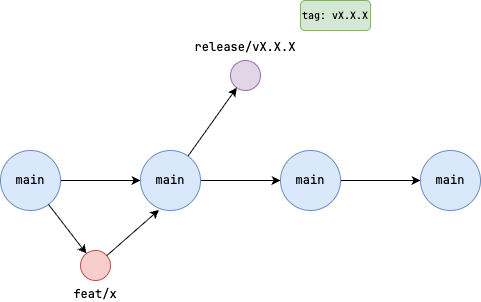
Above: docs/docs/_img/branching.drawio.png in cooperlutz/go-full (draw.io), before the change. Source tidied: cells renumbered, new cells last; positions are measured from the earlier drawing's top-left corner, leaving out a move shared by most shapes. The source it was exported from:
```xml
<mxGraphModel>
  <root>
    <mxCell id="0" />
    <mxCell id="1" parent="0" />
    <mxCell id="2" style="edgeStyle=none;html=1;" parent="1" edge="1" source="3" target="8">
      <mxGeometry relative="1" as="geometry" />
    </mxCell>
    <mxCell id="3" value="main" style="ellipse;whiteSpace=wrap;html=1;fontFamily=Jetbrains Mono;fillColor=#dae8fc;strokeColor=#6c8ebf;" parent="1" vertex="1">
      <mxGeometry y="150" width="60" height="60" as="geometry" />
    </mxCell>
    <mxCell id="4" value="&lt;div&gt;&lt;br&gt;&lt;/div&gt;&lt;div&gt;&lt;br&gt;&lt;/div&gt;&lt;div&gt;&lt;br&gt;&lt;/div&gt;&lt;div&gt;&lt;br&gt;&lt;/div&gt;feat/x" style="ellipse;whiteSpace=wrap;html=1;fontFamily=Jetbrains Mono;fillColor=#f8cecc;strokeColor=#b85450;" parent="1" vertex="1">
      <mxGeometry x="80" y="250" width="30" height="30" as="geometry" />
    </mxCell>
    <mxCell id="5" value="release/vX.X.X&lt;div&gt;&lt;br&gt;&lt;/div&gt;&lt;div&gt;&lt;br&gt;&lt;/div&gt;&lt;div&gt;&lt;br&gt;&lt;/div&gt;&lt;div&gt;&lt;br&gt;&lt;/div&gt;" style="ellipse;whiteSpace=wrap;html=1;fontFamily=Jetbrains Mono;fillColor=#e1d5e7;strokeColor=#9673a6;" parent="1" vertex="1">
      <mxGeometry x="230" y="60" width="30" height="30" as="geometry" />
    </mxCell>
    <mxCell id="6" style="edgeStyle=none;html=1;" parent="1" edge="1" source="8" target="10">
      <mxGeometry relative="1" as="geometry" />
    </mxCell>
    <mxCell id="7" style="edgeStyle=none;html=1;" parent="1" edge="1" source="8" target="5">
      <mxGeometry relative="1" as="geometry" />
    </mxCell>
    <mxCell id="8" value="main" style="ellipse;whiteSpace=wrap;html=1;fontFamily=Jetbrains Mono;fillColor=#dae8fc;strokeColor=#6c8ebf;" parent="1" vertex="1">
      <mxGeometry x="140" y="150" width="60" height="60" as="geometry" />
    </mxCell>
    <mxCell id="9" style="edgeStyle=none;html=1;" parent="1" edge="1" source="10" target="11">
      <mxGeometry relative="1" as="geometry" />
    </mxCell>
    <mxCell id="10" value="main" style="ellipse;whiteSpace=wrap;html=1;fontFamily=Jetbrains Mono;fillColor=#dae8fc;strokeColor=#6c8ebf;" parent="1" vertex="1">
      <mxGeometry x="280" y="150" width="60" height="60" as="geometry" />
    </mxCell>
    <mxCell id="11" value="main" style="ellipse;whiteSpace=wrap;html=1;fontFamily=Jetbrains Mono;fillColor=#dae8fc;strokeColor=#6c8ebf;" parent="1" vertex="1">
      <mxGeometry x="420" y="150" width="60" height="60" as="geometry" />
    </mxCell>
    <mxCell id="12" style="edgeStyle=none;html=1;" parent="1" edge="1" source="3" target="4">
      <mxGeometry relative="1" as="geometry" />
    </mxCell>
    <mxCell id="13" style="edgeStyle=none;html=1;entryX=0.309;entryY=0.989;entryDx=0;entryDy=0;entryPerimeter=0;" parent="1" edge="1" source="4" target="8">
      <mxGeometry relative="1" as="geometry" />
    </mxCell>
    <mxCell id="14" value="&lt;font style=&quot;font-size: 10px;&quot;&gt;tag: vX.X.X&lt;/font&gt;" style="whiteSpace=wrap;html=1;fontFamily=Jetbrains Mono;rounded=1;fillColor=#d5e8d4;strokeColor=#82b366;" parent="1" vertex="1">
      <mxGeometry x="300" width="70" height="30" as="geometry" />
    </mxCell>
  </root>
</mxGraphModel>
```
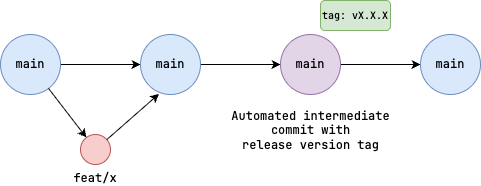
After the commit.

Change to the diagram source:
```diff
@@ -2,7 +2,7 @@
   <root>
     <mxCell id="0" />
     <mxCell id="1" parent="0" />
-    <mxCell id="2" style="edgeStyle=none;html=1;" parent="1" edge="1" source="3" target="8">
+    <mxCell id="2" style="edgeStyle=none;html=1;fontFamily=Jetbrains Mono;" parent="1" edge="1" source="3" target="8">
       <mxGeometry relative="1" as="geometry" />
     </mxCell>
     <mxCell id="3" value="main" style="ellipse;whiteSpace=wrap;html=1;fontFamily=Jetbrains Mono;fillColor=#dae8fc;strokeColor=#6c8ebf;" parent="1" vertex="1">
@@ -11,35 +11,32 @@
     <mxCell id="4" value="&lt;div&gt;&lt;br&gt;&lt;/div&gt;&lt;div&gt;&lt;br&gt;&lt;/div&gt;&lt;div&gt;&lt;br&gt;&lt;/div&gt;&lt;div&gt;&lt;br&gt;&lt;/div&gt;feat/x" style="ellipse;whiteSpace=wrap;html=1;fontFamily=Jetbrains Mono;fillColor=#f8cecc;strokeColor=#b85450;" parent="1" vertex="1">
       <mxGeometry x="80" y="250" width="30" height="30" as="geometry" />
     </mxCell>
-    <mxCell id="5" value="release/vX.X.X&lt;div&gt;&lt;br&gt;&lt;/div&gt;&lt;div&gt;&lt;br&gt;&lt;/div&gt;&lt;div&gt;&lt;br&gt;&lt;/div&gt;&lt;div&gt;&lt;br&gt;&lt;/div&gt;" style="ellipse;whiteSpace=wrap;html=1;fontFamily=Jetbrains Mono;fillColor=#e1d5e7;strokeColor=#9673a6;" parent="1" vertex="1">
-      <mxGeometry x="230" y="60" width="30" height="30" as="geometry" />
-    </mxCell>
-    <mxCell id="6" style="edgeStyle=none;html=1;" parent="1" edge="1" source="8" target="10">
+    <mxCell id="6" style="edgeStyle=none;html=1;fontFamily=Jetbrains Mono;" parent="1" edge="1" source="8" target="10">
       <mxGeometry relative="1" as="geometry" />
     </mxCell>
-    <mxCell id="7" style="edgeStyle=none;html=1;" parent="1" edge="1" source="8" target="5">
-      <mxGeometry relative="1" as="geometry" />
-    </mxCell>
     <mxCell id="8" value="main" style="ellipse;whiteSpace=wrap;html=1;fontFamily=Jetbrains Mono;fillColor=#dae8fc;strokeColor=#6c8ebf;" parent="1" vertex="1">
       <mxGeometry x="140" y="150" width="60" height="60" as="geometry" />
     </mxCell>
-    <mxCell id="9" style="edgeStyle=none;html=1;" parent="1" edge="1" source="10" target="11">
+    <mxCell id="9" style="edgeStyle=none;html=1;fontFamily=Jetbrains Mono;" parent="1" edge="1" source="10" target="11">
       <mxGeometry relative="1" as="geometry" />
     </mxCell>
-    <mxCell id="10" value="main" style="ellipse;whiteSpace=wrap;html=1;fontFamily=Jetbrains Mono;fillColor=#dae8fc;strokeColor=#6c8ebf;" parent="1" vertex="1">
+    <mxCell id="10" value="main" style="ellipse;whiteSpace=wrap;html=1;fontFamily=Jetbrains Mono;fillColor=#e1d5e7;strokeColor=#9673a6;" parent="1" vertex="1">
       <mxGeometry x="280" y="150" width="60" height="60" as="geometry" />
     </mxCell>
     <mxCell id="11" value="main" style="ellipse;whiteSpace=wrap;html=1;fontFamily=Jetbrains Mono;fillColor=#dae8fc;strokeColor=#6c8ebf;" parent="1" vertex="1">
       <mxGeometry x="420" y="150" width="60" height="60" as="geometry" />
     </mxCell>
-    <mxCell id="12" style="edgeStyle=none;html=1;" parent="1" edge="1" source="3" target="4">
+    <mxCell id="12" style="edgeStyle=none;html=1;fontFamily=Jetbrains Mono;" parent="1" edge="1" source="3" target="4">
       <mxGeometry relative="1" as="geometry" />
     </mxCell>
-    <mxCell id="13" style="edgeStyle=none;html=1;entryX=0.309;entryY=0.989;entryDx=0;entryDy=0;entryPerimeter=0;" parent="1" edge="1" source="4" target="8">
+    <mxCell id="13" style="edgeStyle=none;html=1;entryX=0.309;entryY=0.989;entryDx=0;entryDy=0;entryPerimeter=0;fontFamily=Jetbrains Mono;" parent="1" edge="1" source="4" target="8">
       <mxGeometry relative="1" as="geometry" />
     </mxCell>
     <mxCell id="14" value="&lt;font style=&quot;font-size: 10px;&quot;&gt;tag: vX.X.X&lt;/font&gt;" style="whiteSpace=wrap;html=1;fontFamily=Jetbrains Mono;rounded=1;fillColor=#d5e8d4;strokeColor=#82b366;" parent="1" vertex="1">
-      <mxGeometry x="300" width="70" height="30" as="geometry" />
+      <mxGeometry x="320" y="116" width="70" height="30" as="geometry" />
     </mxCell>
+    <mxCell id="15" value="Automated intermediate&lt;div&gt;commit with&lt;/div&gt;&lt;div&gt;release version tag&lt;/div&gt;" style="text;html=1;align=center;verticalAlign=middle;strokeColor=none;fillColor=none;fontFamily=Jetbrains Mono;" parent="1" vertex="1">
+      <mxGeometry x="222" y="218" width="176" height="55" as="geometry" />
+    </mxCell>
   </root>
 </mxGraphModel>
```
